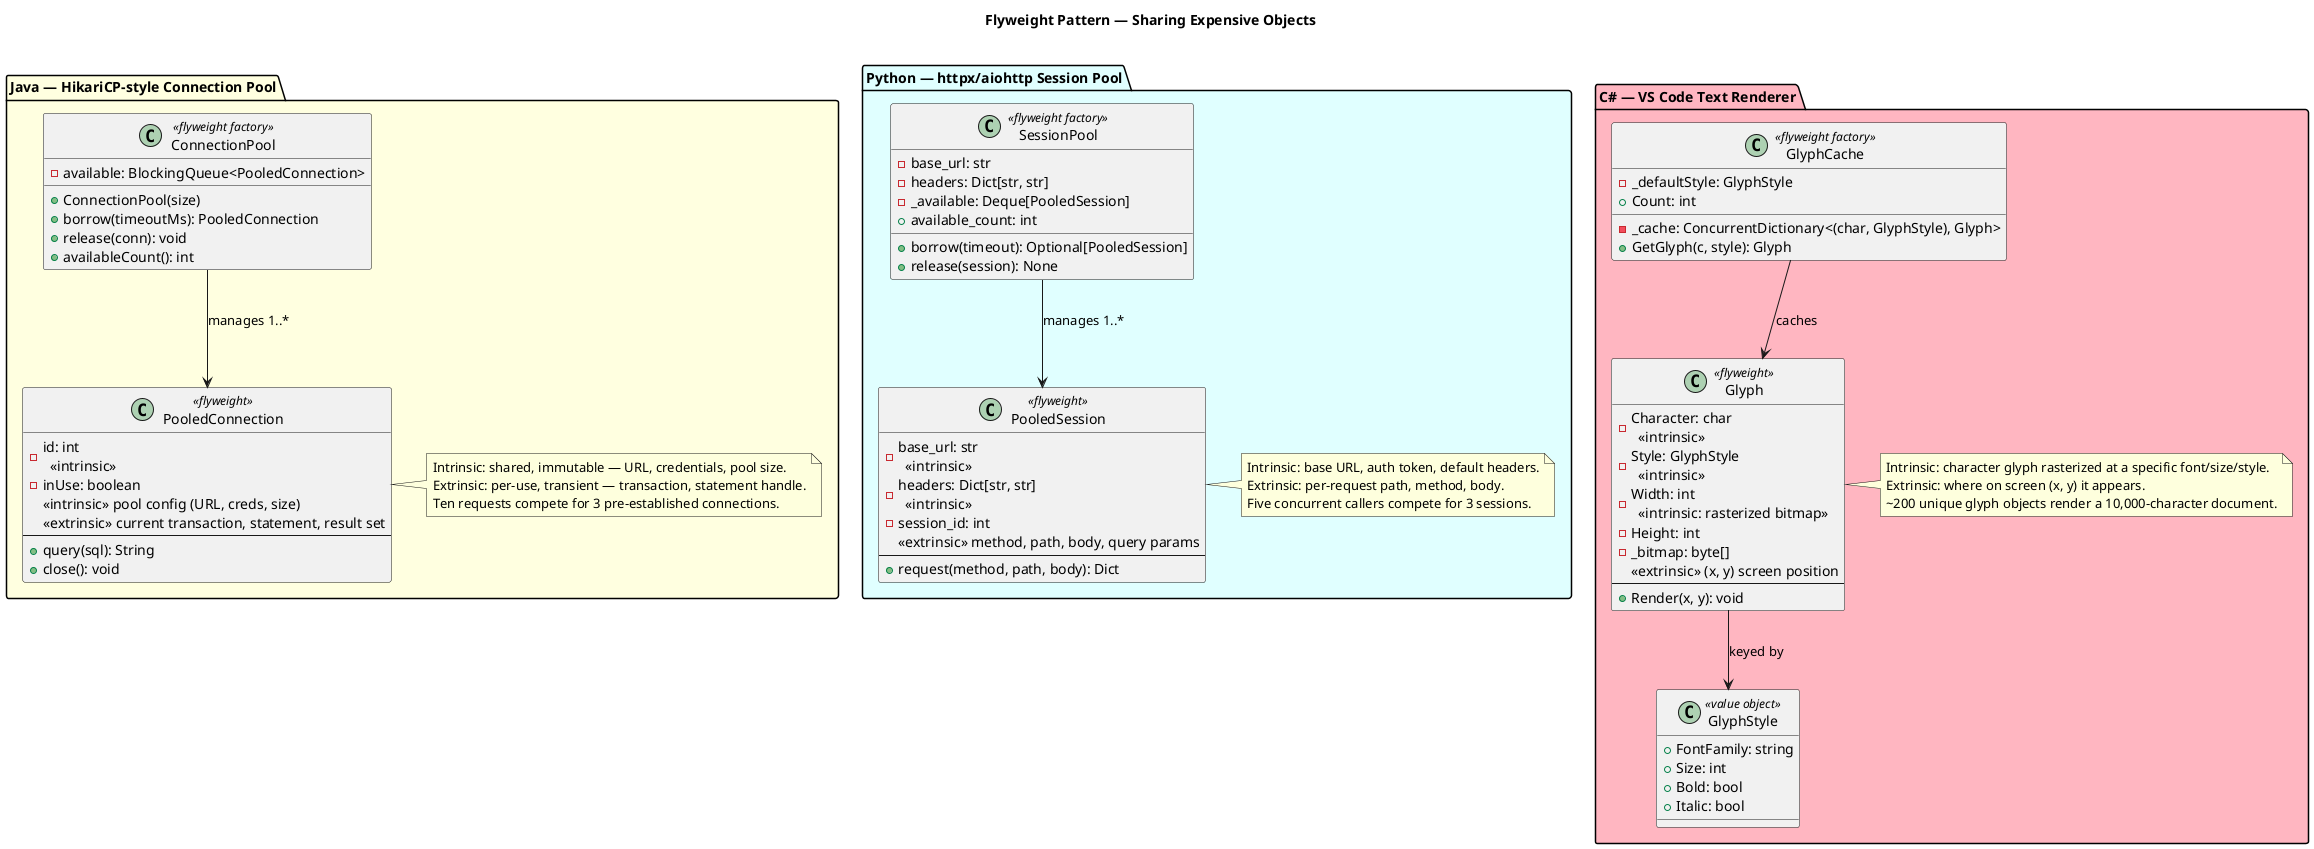
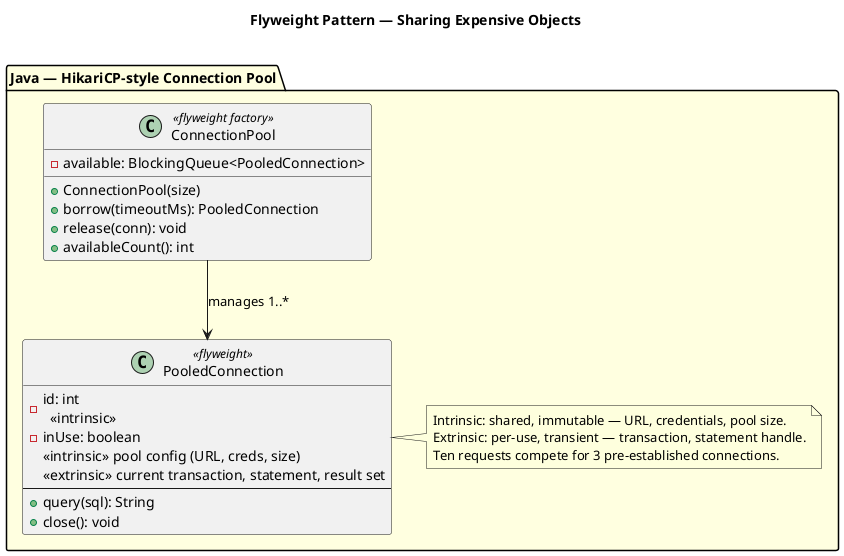
@startuml Flyweight
' =============================================================================
' FLYWEIGHT — Class diagrams for Java, Python, and C# implementations
' =============================================================================

title Flyweight Pattern — Sharing Expensive Objects\n

' ── JAVA: Connection Pool Flyweight ──────────────────────────────────
package "Java — HikariCP-style Connection Pool" #LightYellow {

  class ConnectionPool <<flyweight factory>> {
    - available: BlockingQueue<PooledConnection>
    + ConnectionPool(size)
    + borrow(timeoutMs): PooledConnection
    + release(conn): void
    + availableCount(): int
  }

  class PooledConnection <<flyweight>> {
    - id: int  \n  «intrinsic»
    - inUse: boolean
    «intrinsic» pool config (URL, creds, size)
    «extrinsic» current transaction, statement, result set
    --
    + query(sql): String
    + close(): void
  }

  ConnectionPool --> PooledConnection : manages 1..*

  note right of PooledConnection
    Intrinsic: shared, immutable — URL, credentials, pool size.
    Extrinsic: per-use, transient — transaction, statement handle.
    Ten requests compete for 3 pre-established connections.
  end note
}

- ' ── PYTHON: HTTP Session Pool Flyweight ──────────────────────────────
- package "Python — httpx/aiohttp Session Pool" #LightCyan {
- 
-   class SessionPool <<flyweight factory>> {
-     - base_url: str
-     - headers: Dict[str, str]
-     - _available: Deque[PooledSession]
-     + borrow(timeout): Optional[PooledSession]
-     + release(session): None
-     + available_count: int
-   }
- 
-   class PooledSession <<flyweight>> {
-     - base_url: str  \n  «intrinsic»
-     - headers: Dict[str, str]  \n  «intrinsic»
-     - session_id: int
-     «extrinsic» method, path, body, query params
-     --
-     + request(method, path, body): Dict
-   }
- 
-   SessionPool --> PooledSession : manages 1..*
- 
-   note right of PooledSession
-     Intrinsic: base URL, auth token, default headers.
-     Extrinsic: per-request path, method, body.
-     Five concurrent callers compete for 3 sessions.
-   end note
- }
- 
- ' ── C#: Glyph Cache Flyweight ────────────────────────────────────────
- package "C# — VS Code Text Renderer" #LightPink {
- 
-   class GlyphCache <<flyweight factory>> {
-     - _cache: ConcurrentDictionary<(char, GlyphStyle), Glyph>
-     - _defaultStyle: GlyphStyle
-     + GetGlyph(c, style): Glyph
-     + Count: int
-   }
- 
-   class Glyph <<flyweight>> {
-     - Character: char  \n  «intrinsic»
-     - Style: GlyphStyle  \n  «intrinsic»
-     - Width: int  \n  «intrinsic: rasterized bitmap»
-     - Height: int
-     - _bitmap: byte[]
-     «extrinsic» (x, y) screen position
-     --
-     + Render(x, y): void
-   }
- 
-   class GlyphStyle <<value object>> {
-     + FontFamily: string
-     + Size: int
-     + Bold: bool
-     + Italic: bool
-   }
- 
-   GlyphCache --> Glyph : caches
-   Glyph --> GlyphStyle : keyed by
- 
-   note right of Glyph
-     Intrinsic: character glyph rasterized at a specific font/size/style.
-     Extrinsic: where on screen (x, y) it appears.
-     ~200 unique glyph objects render a 10,000-character document.
-   end note
- }
- 
@enduml
